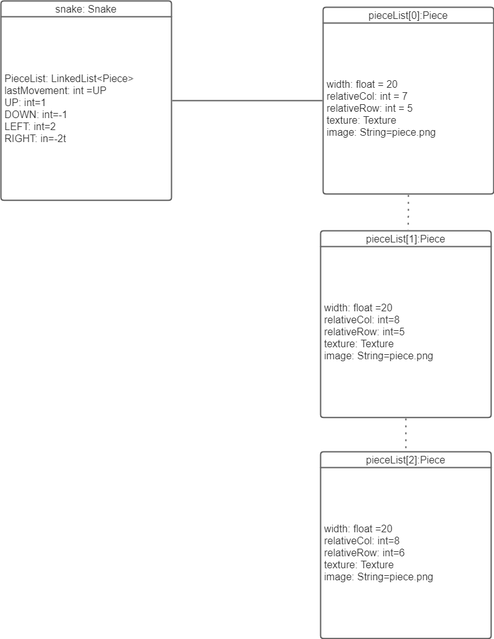
The draw.io diagram doc/Objects/Snake-Object.png in theslytherin6/Snake, before a commit. Source tidied: cells renumbered, new cells last; positions are measured from the earlier drawing's top-left corner, leaving out a move shared by most shapes.
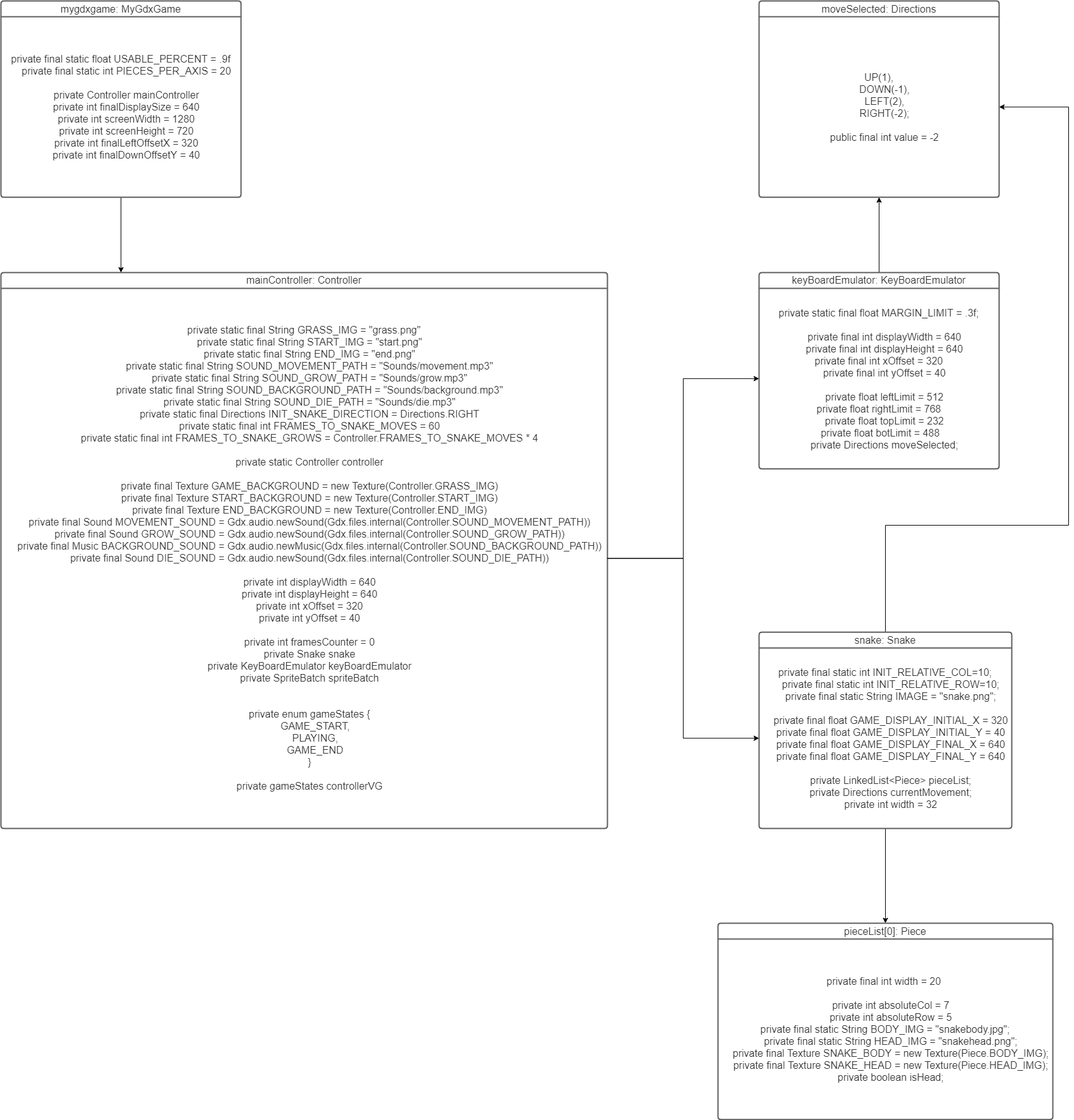
After the change.

Commit message:
Object and Activity Diagram Updated

The edit, as a diff of the source:
```diff
@@ -2,38 +2,75 @@
   <root>
     <mxCell id="0" />
     <mxCell id="1" parent="0" />
-    <mxCell id="2" value="pieceList[0]:Piece " style="html=1;overflow=block;blockSpacing=1;whiteSpace=wrap;swimlane;horizontal=1;fontStyle=0;swimlaneFillColor=#ffffff;startSize=25;whiteSpace=wrap;fontSize=16;fontColor=#333333;whiteSpace=wrap;align=center;spacing=0;strokeColor=#5e5e5e;strokeOpacity=100;rounded=1;absoluteArcSize=1;arcSize=9;strokeWidth=2;" parent="1" vertex="1">
-      <mxGeometry x="510" y="10" width="270" height="295.8" as="geometry" />
-    </mxCell>
-    <mxCell id="3" value="width: float =  20&#10;relativeCol: int = 7&#10;relativeRow: int = 5&#10;texture: Texture&#10;image: String=piece.png" style="html=1;whiteSpace=wrap;strokeColor=none;fillColor=none;align=left;verticalAlign=middle;spacingLeft=4;spacingRight=4;overflow=hidden;swimlaneFillColor=#ffffff;strokeOpacity=100;fontSize=16;fontColor=#333333;" parent="2" vertex="1">
-      <mxGeometry y="25" width="270" height="270.8" as="geometry" />
-    </mxCell>
+    <mxCell id="13" style="edgeStyle=orthogonalEdgeStyle;rounded=0;jettySize=auto;html=1;" parent="1" edge="1" source="4">
+      <mxGeometry relative="1" as="geometry">
+        <mxPoint x="190" y="430" as="targetPoint" />
+      </mxGeometry>
+    </mxCell>
-    <mxCell id="4" value="snake: Snake" style="html=1;overflow=block;blockSpacing=1;whiteSpace=wrap;swimlane;horizontal=1;fontStyle=0;swimlaneFillColor=#ffffff;startSize=25;whiteSpace=wrap;fontSize=16;fontColor=#333333;whiteSpace=wrap;align=center;spacing=0;strokeColor=#5e5e5e;strokeOpacity=100;rounded=1;absoluteArcSize=1;arcSize=9;strokeWidth=2;" parent="1" vertex="1">
-      <mxGeometry width="270" height="315.8" as="geometry" />
+    <mxCell id="4" value="mygdxgame: MyGdxGame" style="html=1;overflow=block;blockSpacing=1;whiteSpace=wrap;swimlane;horizontal=1;fontStyle=0;swimlaneFillColor=#ffffff;startSize=25;whiteSpace=wrap;fontSize=16;fontColor=#333333;whiteSpace=wrap;align=center;spacing=0;strokeColor=#5e5e5e;strokeOpacity=100;rounded=1;absoluteArcSize=1;arcSize=9;strokeWidth=2;" parent="1" vertex="1">
+      <mxGeometry width="380" height="310.8" as="geometry" />
     </mxCell>
-    <mxCell id="5" value="PieceList: LinkedList&amp;lt;Piece&amp;gt; &#10;lastMovement: int =UP&#10;UP: int=1&#10;DOWN: int=-1&#10;LEFT: int=2&#10;RIGHT: in=-2t" style="html=1;whiteSpace=wrap;strokeColor=none;fillColor=none;align=left;verticalAlign=middle;spacingLeft=4;spacingRight=4;overflow=hidden;swimlaneFillColor=#ffffff;strokeOpacity=100;fontSize=16;fontColor=#333333;" parent="4" vertex="1">
-      <mxGeometry y="25" width="270" height="290.8" as="geometry" />
+    <mxCell id="5" value="&lt;div&gt;private final static float USABLE_PERCENT = .9f&lt;/div&gt;&lt;div&gt;&amp;nbsp; &amp;nbsp; private final static int PIECES_PER_AXIS = 20&lt;/div&gt;&lt;div&gt;&lt;br&gt;&lt;/div&gt;&lt;div&gt;&amp;nbsp; &amp;nbsp; private Controller mainController&lt;/div&gt;&lt;div&gt;&amp;nbsp; &amp;nbsp; private int finalDisplaySize = 640&lt;/div&gt;&lt;div&gt;&amp;nbsp; &amp;nbsp; private int screenWidth = 1280&lt;/div&gt;&lt;div&gt;&amp;nbsp; &amp;nbsp; private int screenHeight = 720&lt;/div&gt;&lt;div&gt;&amp;nbsp; &amp;nbsp; private int finalLeftOffsetX = 320&lt;/div&gt;&lt;div&gt;&amp;nbsp; &amp;nbsp; private int finalDownOffsetY = 40&lt;/div&gt;" style="html=1;whiteSpace=wrap;strokeColor=none;fillColor=none;align=center;verticalAlign=middle;spacingLeft=4;spacingRight=4;overflow=hidden;swimlaneFillColor=#ffffff;strokeOpacity=100;fontSize=16;fontColor=#333333;" parent="4" vertex="1">
+      <mxGeometry y="25" width="380" height="285.8" as="geometry" />
     </mxCell>
-    <mxCell id="6" value="pieceList[2]:Piece " style="html=1;overflow=block;blockSpacing=1;whiteSpace=wrap;swimlane;horizontal=1;fontStyle=0;swimlaneFillColor=#ffffff;startSize=25;whiteSpace=wrap;fontSize=16;fontColor=#333333;whiteSpace=wrap;align=center;spacing=0;strokeColor=#5e5e5e;strokeOpacity=100;rounded=1;absoluteArcSize=1;arcSize=9;strokeWidth=2;" parent="1" vertex="1">
-      <mxGeometry x="506" y="714" width="270" height="295.8" as="geometry" />
-    </mxCell>
-    <mxCell id="7" value="width: float =20&#10;relativeCol: int=8&#10;relativeRow: int=6&#10;texture: Texture&#10;image: String=piece.png" style="html=1;whiteSpace=wrap;strokeColor=none;fillColor=none;align=left;verticalAlign=middle;spacingLeft=4;spacingRight=4;overflow=hidden;swimlaneFillColor=#ffffff;strokeOpacity=100;fontSize=16;fontColor=#333333;" parent="6" vertex="1">
-      <mxGeometry y="25" width="270" height="270.8" as="geometry" />
-    </mxCell>
-    <mxCell id="8" value="pieceList[1]:Piece " style="html=1;overflow=block;blockSpacing=1;whiteSpace=wrap;swimlane;horizontal=1;fontStyle=0;swimlaneFillColor=#ffffff;startSize=25;whiteSpace=wrap;fontSize=16;fontColor=#333333;whiteSpace=wrap;align=center;spacing=0;strokeColor=#5e5e5e;strokeOpacity=100;rounded=1;absoluteArcSize=1;arcSize=9;strokeWidth=2;" parent="1" vertex="1">
-      <mxGeometry x="506" y="364" width="270" height="295.8" as="geometry" />
-    </mxCell>
-    <mxCell id="9" value="width: float =20&#10;relativeCol: int=8&#10;relativeRow: int=5&#10;texture: Texture&#10;image: String=piece.png" style="html=1;whiteSpace=wrap;strokeColor=none;fillColor=none;align=left;verticalAlign=middle;spacingLeft=4;spacingRight=4;overflow=hidden;swimlaneFillColor=#ffffff;strokeOpacity=100;fontSize=16;fontColor=#333333;" parent="8" vertex="1">
-      <mxGeometry y="25" width="270" height="270.8" as="geometry" />
-    </mxCell>
-    <mxCell id="10" style="html=1;jettySize=18;whiteSpace=wrap;fontSize=11;strokeColor=#5E5E5E;strokeWidth=2;rounded=1;arcSize=12;edgeStyle=orthogonalEdgeStyle;startArrow=none;endArrow=none;exitX=1.004;exitY=0.5;exitPerimeter=0;entryX=-0.004;entryY=0.5;entryPerimeter=0;" parent="1" edge="1" source="4" target="2">
-      <mxGeometry relative="1" as="geometry" />
-    </mxCell>
-    <mxCell id="11" style="html=1;jettySize=18;whiteSpace=wrap;fontSize=11;strokeColor=#5E5E5E;dashed=1;fixDash=1;dashPattern=3 8;strokeWidth=2;rounded=1;arcSize=12;edgeStyle=orthogonalEdgeStyle;startArrow=none;endArrow=none;exitX=0.5;exitY=1.005;exitPerimeter=0;entryX=0.513;entryY=-0.005;entryPerimeter=0;" parent="1" edge="1" source="2" target="8">
-      <mxGeometry relative="1" as="geometry" />
-    </mxCell>
-    <mxCell id="12" style="html=1;jettySize=18;whiteSpace=wrap;fontSize=11;strokeColor=#5E5E5E;dashed=1;fixDash=1;dashPattern=3 8;strokeWidth=2;rounded=1;arcSize=12;edgeStyle=orthogonalEdgeStyle;startArrow=none;endArrow=none;exitX=0.5;exitY=1.005;exitPerimeter=0;entryX=0.5;entryY=-0.005;entryPerimeter=0;" parent="1" edge="1" source="8" target="6">
-      <mxGeometry relative="1" as="geometry" />
-    </mxCell>
+    <mxCell id="14" value="mainController: Controller" style="html=1;overflow=block;blockSpacing=1;whiteSpace=wrap;swimlane;horizontal=1;fontStyle=0;swimlaneFillColor=#ffffff;startSize=25;whiteSpace=wrap;fontSize=16;fontColor=#333333;whiteSpace=wrap;align=center;spacing=0;strokeColor=#5e5e5e;strokeOpacity=100;rounded=1;absoluteArcSize=1;arcSize=9;strokeWidth=2;" parent="1" vertex="1">
+      <mxGeometry y="430" width="960" height="880" as="geometry" />
+    </mxCell>
+    <mxCell id="15" value="&lt;div&gt;private static final String GRASS_IMG = &quot;grass.png&quot;&lt;/div&gt;&lt;div&gt;&amp;nbsp; &amp;nbsp; private static final String START_IMG = &quot;start.png&quot;&lt;/div&gt;&lt;div&gt;&amp;nbsp; &amp;nbsp; private static final String END_IMG = &quot;end.png&quot;&lt;/div&gt;&lt;div&gt;&amp;nbsp; &amp;nbsp; private static final String SOUND_MOVEMENT_PATH = &quot;Sounds/movement.mp3&quot;&lt;/div&gt;&lt;div&gt;&amp;nbsp; &amp;nbsp; private static final String SOUND_GROW_PATH = &quot;Sounds/grow.mp3&quot;&lt;/div&gt;&lt;div&gt;&amp;nbsp; &amp;nbsp; private static final String SOUND_BACKGROUND_PATH = &quot;Sounds/background.mp3&quot;&lt;/div&gt;&lt;div&gt;&amp;nbsp; &amp;nbsp; private static final String SOUND_DIE_PATH = &quot;Sounds/die.mp3&quot;&lt;/div&gt;&lt;div&gt;&amp;nbsp; &amp;nbsp; private static final Directions INIT_SNAKE_DIRECTION = Directions.RIGHT&lt;/div&gt;&lt;div&gt;&amp;nbsp; &amp;nbsp; private static final int FRAMES_TO_SNAKE_MOVES = 60&lt;/div&gt;&lt;div&gt;&amp;nbsp; &amp;nbsp; private static final int FRAMES_TO_SNAKE_GROWS = Controller.FRAMES_TO_SNAKE_MOVES * 4&lt;/div&gt;&lt;div&gt;&lt;br&gt;&lt;/div&gt;&lt;div&gt;&amp;nbsp; &amp;nbsp; private static Controller controller&lt;/div&gt;&lt;div&gt;&lt;br&gt;&lt;/div&gt;&lt;div&gt;&amp;nbsp; &amp;nbsp; private final Texture GAME_BACKGROUND = new Texture(Controller.GRASS_IMG)&lt;/div&gt;&lt;div&gt;&amp;nbsp; &amp;nbsp; private final Texture START_BACKGROUND = new Texture(Controller.START_IMG)&lt;/div&gt;&lt;div&gt;&amp;nbsp; &amp;nbsp; private final Texture END_BACKGROUND = new Texture(Controller.END_IMG)&lt;/div&gt;&lt;div&gt;&amp;nbsp; &amp;nbsp; private final Sound MOVEMENT_SOUND = Gdx.audio.newSound(Gdx.files.internal(Controller.SOUND_MOVEMENT_PATH))&lt;/div&gt;&lt;div&gt;&amp;nbsp; &amp;nbsp; private final Sound GROW_SOUND = Gdx.audio.newSound(Gdx.files.internal(Controller.SOUND_GROW_PATH))&lt;/div&gt;&lt;div&gt;&amp;nbsp; &amp;nbsp; private final Music BACKGROUND_SOUND = Gdx.audio.newMusic(Gdx.files.internal(Controller.SOUND_BACKGROUND_PATH))&lt;/div&gt;&lt;div&gt;&amp;nbsp; &amp;nbsp; private final Sound DIE_SOUND = Gdx.audio.newSound(Gdx.files.internal(Controller.SOUND_DIE_PATH))&lt;/div&gt;&lt;div&gt;&lt;br&gt;&lt;/div&gt;&lt;div&gt;&amp;nbsp; &amp;nbsp; private int displayWidth = 640&lt;/div&gt;&lt;div&gt;&amp;nbsp; &amp;nbsp; private int displayHeight = 640&lt;/div&gt;&lt;div&gt;&amp;nbsp; &amp;nbsp; private int xOffset = 320&lt;/div&gt;&lt;div&gt;&amp;nbsp; &amp;nbsp; private int yOffset = 40&lt;/div&gt;&lt;div&gt;&lt;br&gt;&lt;/div&gt;&lt;div&gt;&amp;nbsp; &amp;nbsp; private int framesCounter = 0&lt;/div&gt;&lt;div&gt;&amp;nbsp; &amp;nbsp; private Snake snake&lt;/div&gt;&lt;div&gt;&amp;nbsp; &amp;nbsp; private KeyBoardEmulator keyBoardEmulator&lt;/div&gt;&lt;div&gt;&amp;nbsp; &amp;nbsp; private SpriteBatch spriteBatch&lt;/div&gt;&lt;div&gt;&lt;br&gt;&lt;/div&gt;&lt;div&gt;&lt;br&gt;&lt;/div&gt;&lt;div&gt;&amp;nbsp; &amp;nbsp; private enum gameStates {&lt;/div&gt;&lt;div&gt;&amp;nbsp; &amp;nbsp; &amp;nbsp; &amp;nbsp; GAME_START,&lt;/div&gt;&lt;div&gt;&amp;nbsp; &amp;nbsp; &amp;nbsp; &amp;nbsp; PLAYING,&lt;/div&gt;&lt;div&gt;&amp;nbsp; &amp;nbsp; &amp;nbsp; &amp;nbsp; GAME_END&lt;/div&gt;&lt;div&gt;&amp;nbsp; &amp;nbsp; }&lt;/div&gt;&lt;div&gt;&lt;br&gt;&lt;/div&gt;&lt;div&gt;&amp;nbsp; &amp;nbsp; private gameStates controllerVG&lt;/div&gt;" style="html=1;whiteSpace=wrap;strokeColor=none;fillColor=none;align=center;verticalAlign=middle;spacingLeft=4;spacingRight=4;overflow=hidden;points=[[0,0.5],[1,0.5]];portConstraint=eastwest;swimlaneFillColor=#ffffff;strokeOpacity=100;fontSize=16;fontColor=#333333;" parent="14" vertex="1">
+      <mxGeometry y="25" width="960" height="855" as="geometry" />
+    </mxCell>
+    <mxCell id="16" style="edgeStyle=orthogonalEdgeStyle;rounded=0;jettySize=auto;html=1;exitX=0.5;exitY=0;exitDx=0;exitDy=0;entryX=0.5;entryY=1;entryDx=0;entryDy=0;" parent="1" edge="1" source="17" target="26">
+      <mxGeometry relative="1" as="geometry" />
+    </mxCell>
+    <mxCell id="17" value="keyBoardEmulator: KeyBoardEmulator" style="html=1;overflow=block;blockSpacing=1;whiteSpace=wrap;swimlane;horizontal=1;fontStyle=0;swimlaneFillColor=#ffffff;startSize=25;whiteSpace=wrap;fontSize=16;fontColor=#333333;whiteSpace=wrap;align=center;spacing=0;strokeColor=#5e5e5e;strokeOpacity=100;rounded=1;absoluteArcSize=1;arcSize=9;strokeWidth=2;" parent="1" vertex="1">
+      <mxGeometry x="1200" y="430" width="380" height="310.8" as="geometry" />
+    </mxCell>
+    <mxCell id="18" value="&lt;div&gt;private static final float MARGIN_LIMIT = .3f;&lt;/div&gt;&lt;div&gt;&lt;br&gt;&lt;/div&gt;&lt;div&gt;&amp;nbsp; &amp;nbsp; private final int displayWidth = 640&lt;/div&gt;&lt;div&gt;&amp;nbsp; &amp;nbsp; private final int displayHeight = 640&lt;/div&gt;&lt;div&gt;private final int xOffset = 320&lt;br&gt;&lt;/div&gt;&lt;div&gt;&amp;nbsp; &amp;nbsp; private final int yOffset = 40&lt;/div&gt;&lt;div&gt;&lt;br&gt;&lt;/div&gt;&lt;div&gt;&amp;nbsp; &amp;nbsp; private float leftLimit = 512&lt;/div&gt;&lt;div&gt;&lt;span&gt;private float rightLimit = 768&lt;/span&gt;&lt;/div&gt;&lt;div&gt;&amp;nbsp; &amp;nbsp; private float topLimit = 232&lt;/div&gt;&lt;div&gt;&amp;nbsp;private float botLimit = 488&lt;/div&gt;&lt;div&gt;&amp;nbsp; &amp;nbsp; private Directions moveSelected;&lt;/div&gt;" style="html=1;whiteSpace=wrap;strokeColor=none;fillColor=none;align=center;verticalAlign=middle;spacingLeft=4;spacingRight=4;overflow=hidden;points=[[0,0.5],[1,0.5]];portConstraint=eastwest;swimlaneFillColor=#ffffff;strokeOpacity=100;fontSize=16;fontColor=#333333;" parent="17" vertex="1">
+      <mxGeometry y="25" width="380" height="285.8" as="geometry" />
+    </mxCell>
+    <mxCell id="19" style="edgeStyle=orthogonalEdgeStyle;rounded=0;orthogonalLoop=1;jettySize=auto;html=1;exitX=1;exitY=0.5;exitDx=0;exitDy=0;" parent="17" edge="1" source="18" target="18">
+      <mxGeometry relative="1" as="geometry" />
+    </mxCell>
+    <mxCell id="20" style="edgeStyle=orthogonalEdgeStyle;rounded=0;jettySize=auto;html=1;entryX=0;entryY=0.5;entryDx=0;entryDy=0;" parent="1" edge="1" source="15" target="18">
+      <mxGeometry relative="1" as="geometry" />
+    </mxCell>
+    <mxCell id="21" style="edgeStyle=orthogonalEdgeStyle;rounded=0;jettySize=auto;html=1;entryX=1;entryY=0.5;entryDx=0;entryDy=0;" parent="1" edge="1" source="23" target="27">
+      <mxGeometry relative="1" as="geometry">
+        <Array as="points">
+          <mxPoint x="1400" y="830" />
+          <mxPoint x="1690" y="830" />
+          <mxPoint x="1690" y="168" />
+        </Array>
+      </mxGeometry>
+    </mxCell>
+    <mxCell id="22" style="edgeStyle=orthogonalEdgeStyle;rounded=0;jettySize=auto;html=1;" parent="1" edge="1" source="23">
+      <mxGeometry relative="1" as="geometry">
+        <mxPoint x="1400" y="1460" as="targetPoint" />
+      </mxGeometry>
+    </mxCell>
+    <mxCell id="23" value="snake: Snake" style="html=1;overflow=block;blockSpacing=1;whiteSpace=wrap;swimlane;horizontal=1;fontStyle=0;swimlaneFillColor=#ffffff;startSize=25;whiteSpace=wrap;fontSize=16;fontColor=#333333;whiteSpace=wrap;align=center;spacing=0;strokeColor=#5e5e5e;strokeOpacity=100;rounded=1;absoluteArcSize=1;arcSize=9;strokeWidth=2;" parent="1" vertex="1">
+      <mxGeometry x="1200" y="999.2" width="400" height="310.8" as="geometry" />
+    </mxCell>
+    <mxCell id="24" value="&lt;div&gt;private final static int INIT_RELATIVE_COL=10;&lt;/div&gt;&lt;div&gt;&amp;nbsp; &amp;nbsp; private final static int INIT_RELATIVE_ROW=10;&lt;/div&gt;&lt;div&gt;&amp;nbsp; &amp;nbsp; private final static String IMAGE = &quot;snake.png&quot;;&lt;/div&gt;&lt;div&gt;&lt;br&gt;&lt;/div&gt;&lt;div&gt;&amp;nbsp; &amp;nbsp; private final float GAME_DISPLAY_INITIAL_X = 320&lt;/div&gt;&lt;div&gt;&amp;nbsp; &amp;nbsp; private final float GAME_DISPLAY_INITIAL_Y = 40&lt;/div&gt;&lt;div&gt;&amp;nbsp; &amp;nbsp; private final float GAME_DISPLAY_FINAL_X = 640&lt;/div&gt;&lt;div&gt;&amp;nbsp; &amp;nbsp; private final float GAME_DISPLAY_FINAL_Y = 640&lt;/div&gt;&lt;div&gt;&lt;br&gt;&lt;/div&gt;&lt;div&gt;&amp;nbsp; &amp;nbsp; private LinkedList&amp;lt;Piece&amp;gt; pieceList;&lt;/div&gt;&lt;div&gt;&amp;nbsp; &amp;nbsp; private Directions currentMovement;&lt;/div&gt;&lt;div&gt;&amp;nbsp; &amp;nbsp; private int width = 32&lt;/div&gt;" style="html=1;whiteSpace=wrap;strokeColor=none;fillColor=none;align=center;verticalAlign=middle;spacingLeft=4;spacingRight=4;overflow=hidden;points=[[0,0.5],[1,0.5]];portConstraint=eastwest;swimlaneFillColor=#ffffff;strokeOpacity=100;fontSize=16;fontColor=#333333;" parent="23" vertex="1">
+      <mxGeometry y="25" width="400" height="285.8" as="geometry" />
+    </mxCell>
+    <mxCell id="25" style="edgeStyle=orthogonalEdgeStyle;rounded=0;jettySize=auto;html=1;entryX=0;entryY=0.5;entryDx=0;entryDy=0;" parent="1" edge="1" source="15" target="24">
+      <mxGeometry relative="1" as="geometry" />
+    </mxCell>
+    <mxCell id="26" value="moveSelected: Directions" style="html=1;overflow=block;blockSpacing=1;whiteSpace=wrap;swimlane;horizontal=1;fontStyle=0;swimlaneFillColor=#ffffff;startSize=25;whiteSpace=wrap;fontSize=16;fontColor=#333333;whiteSpace=wrap;align=center;spacing=0;strokeColor=#5e5e5e;strokeOpacity=100;rounded=1;absoluteArcSize=1;arcSize=9;strokeWidth=2;" parent="1" vertex="1">
+      <mxGeometry x="1200" width="380" height="310.8" as="geometry" />
+    </mxCell>
+    <mxCell id="27" value="&lt;div&gt;UP(1),&lt;/div&gt;&lt;div&gt;&amp;nbsp; &amp;nbsp; DOWN(-1),&lt;/div&gt;&lt;div&gt;&amp;nbsp; &amp;nbsp; LEFT(2),&lt;/div&gt;&lt;div&gt;&amp;nbsp; &amp;nbsp; RIGHT(-2);&lt;/div&gt;&lt;div&gt;&lt;br&gt;&lt;/div&gt;&lt;div&gt;&amp;nbsp; &amp;nbsp; public final int value = -2&lt;/div&gt;" style="html=1;whiteSpace=wrap;strokeColor=none;fillColor=none;align=center;verticalAlign=middle;spacingLeft=4;spacingRight=4;overflow=hidden;points=[[0,0.5],[1,0.5]];portConstraint=eastwest;swimlaneFillColor=#ffffff;strokeOpacity=100;fontSize=16;fontColor=#333333;" parent="26" vertex="1">
+      <mxGeometry y="25" width="380" height="285.8" as="geometry" />
+    </mxCell>
+    <mxCell id="28" style="edgeStyle=orthogonalEdgeStyle;rounded=0;orthogonalLoop=1;jettySize=auto;html=1;exitX=1;exitY=0.5;exitDx=0;exitDy=0;" parent="26" edge="1" source="27" target="27">
+      <mxGeometry relative="1" as="geometry" />
+    </mxCell>
+    <mxCell id="29" value="pieceList[0]: Piece" style="html=1;overflow=block;blockSpacing=1;whiteSpace=wrap;swimlane;horizontal=1;fontStyle=0;swimlaneFillColor=#ffffff;startSize=25;whiteSpace=wrap;fontSize=16;fontColor=#333333;whiteSpace=wrap;align=center;spacing=0;strokeColor=#5e5e5e;strokeOpacity=100;rounded=1;absoluteArcSize=1;arcSize=9;strokeWidth=2;" parent="1" vertex="1">
+      <mxGeometry x="1135" y="1460" width="530" height="310.8" as="geometry" />
+    </mxCell>
+    <mxCell id="30" value="&lt;div&gt;private final int width = 20&lt;span&gt;&amp;nbsp;&lt;/span&gt;&lt;/div&gt;&lt;div&gt;&lt;br&gt;&lt;/div&gt;&lt;div&gt;&amp;nbsp; &amp;nbsp; private int absoluteCol = 7&lt;/div&gt;&lt;div&gt;&amp;nbsp; &amp;nbsp; private int absoluteRow = 5&lt;/div&gt;&lt;div&gt;&lt;div&gt;private final static String BODY_IMG = &quot;snakebody.jpg&quot;;&lt;/div&gt;&lt;div&gt;&amp;nbsp; &amp;nbsp; private final static String HEAD_IMG = &quot;snakehead.png&quot;;&lt;/div&gt;&lt;div&gt;&amp;nbsp; &amp;nbsp; private final Texture SNAKE_BODY = new Texture(Piece.BODY_IMG);&lt;/div&gt;&lt;div&gt;&amp;nbsp; &amp;nbsp; private final Texture SNAKE_HEAD = new Texture(Piece.HEAD_IMG);&lt;/div&gt;&lt;div&gt;&amp;nbsp; &amp;nbsp; private boolean isHead;&lt;/div&gt;&lt;/div&gt;" style="html=1;whiteSpace=wrap;strokeColor=none;fillColor=none;align=center;verticalAlign=middle;spacingLeft=4;spacingRight=4;overflow=hidden;swimlaneFillColor=#ffffff;strokeOpacity=100;fontSize=16;fontColor=#333333;" parent="29" vertex="1">
+      <mxGeometry y="25" width="530" height="285.8" as="geometry" />
+    </mxCell>
   </root>
 </mxGraphModel>
```
